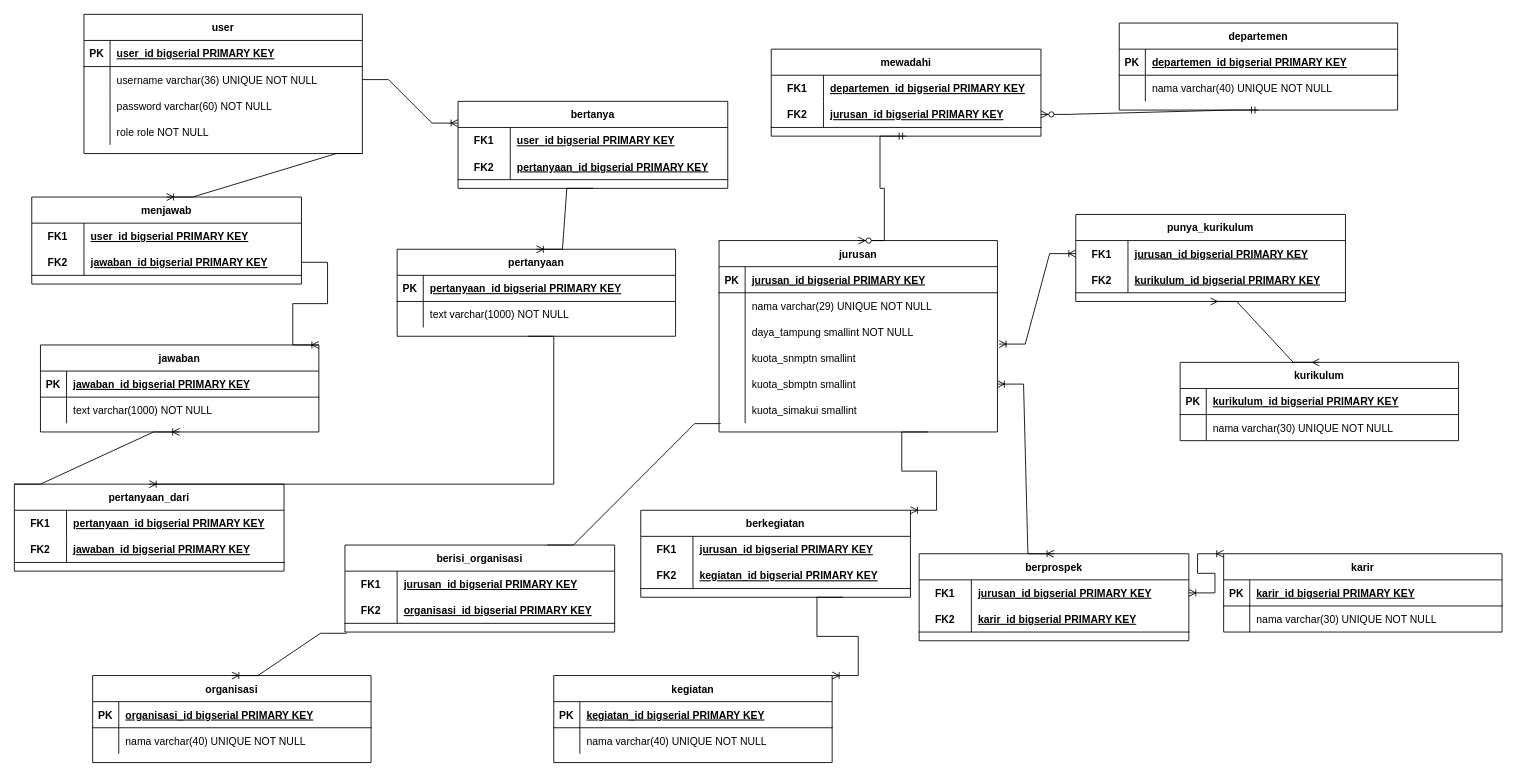
The draw.io diagram images/Database Schema.drawio in Gopalatius/KLENIK-Kepoin-Fakultas-Teknik-Universitas-Indonesia, before the edit. Source tidied: cells renumbered, new cells numbered last; positions are measured from the earlier drawing's top-left corner, leaving out a move shared by most shapes. Both pictures are drawn from the tidied source at 87%, with x=0, y=0 at pixel (14, 14).
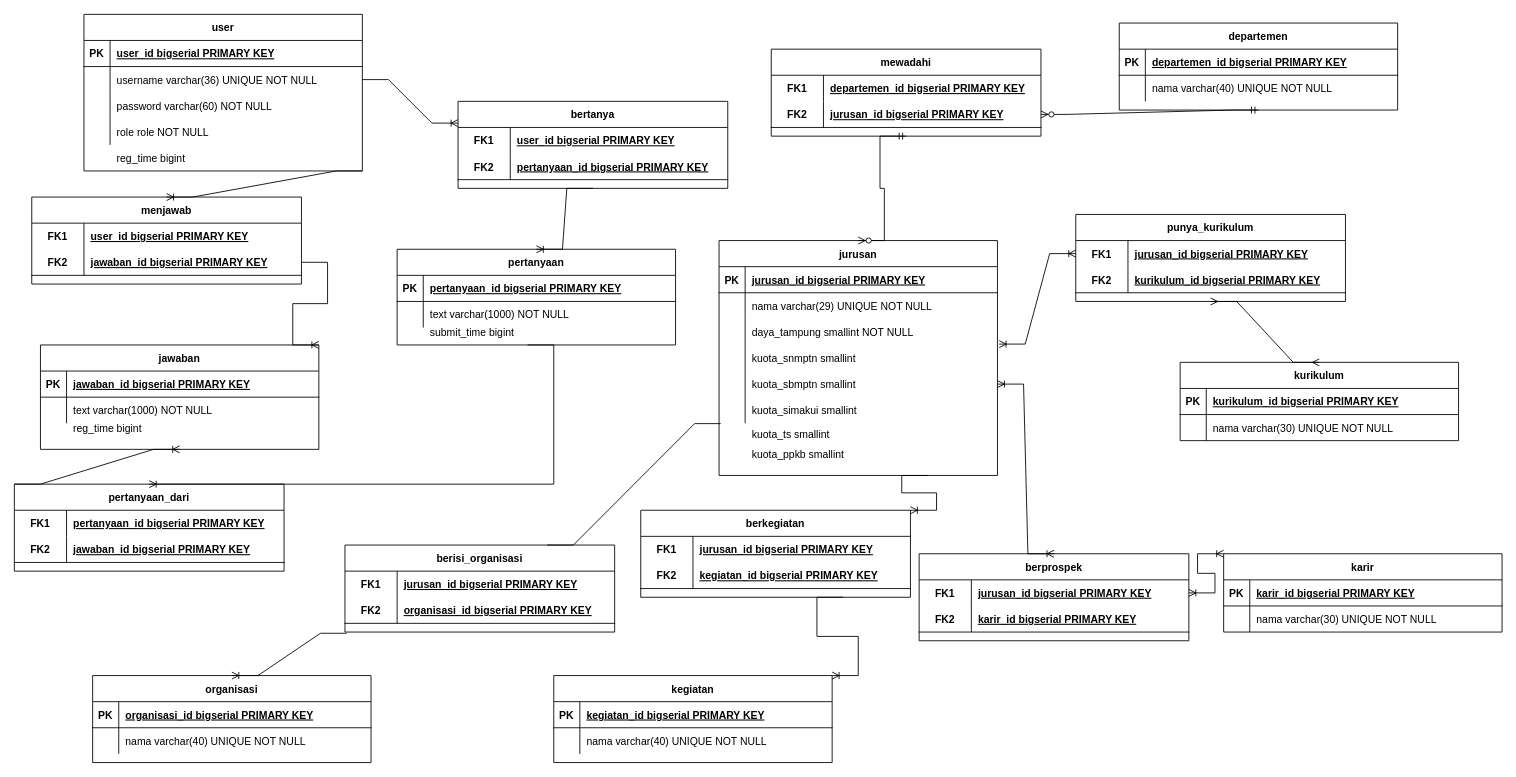
The same page after the edit.

The change refers to these unchanged cells:
```xml
<mxCell id="119" value="pertanyaan_dari" style="shape=table;startSize=30;childLayout=tableLayout;rowLines=0;fontStyle=1;align=center;" parent="1" vertex="1">
  <mxGeometry y="540" width="310" height="100" as="geometry" />
</mxCell>
```

Change to the diagram source:
```diff
@@
     <mxCell id="2" value="user" style="shape=table;startSize=30;childLayout=tableLayout;rowLines=0;fontStyle=1;align=center;" parent="1" vertex="1">
-      <mxGeometry x="80" width="320" height="160" as="geometry" />
+      <mxGeometry x="80" width="320" height="180" as="geometry" />
     </mxCell>
@@
     <mxCell id="15" value="jurusan" style="shape=table;startSize=30;childLayout=tableLayout;rowLines=0;fontStyle=1;align=center;" parent="1" vertex="1">
-      <mxGeometry x="810" y="260" width="320" height="220" as="geometry" />
+      <mxGeometry x="810" y="260" width="320" height="270" as="geometry" />
     </mxCell>
@@
     <mxCell id="69" value="pertanyaan" style="shape=table;startSize=30;childLayout=tableLayout;rowLines=0;fontStyle=1;align=center;" parent="1" vertex="1">
-      <mxGeometry x="440" y="270" width="320" height="100" as="geometry" />
+      <mxGeometry x="440" y="270" width="320" height="110" as="geometry" />
     </mxCell>
@@
     <mxCell id="76" value="jawaban" style="shape=table;startSize=30;childLayout=tableLayout;rowLines=0;fontStyle=1;align=center;" parent="1" vertex="1">
-      <mxGeometry x="30" y="380" width="320" height="100" as="geometry" />
+      <mxGeometry x="30" y="380" width="320" height="120" as="geometry" />
     </mxCell>
@@
     <mxCell id="126" style="edgeStyle=entityRelationEdgeStyle;fontSize=12;html=1;endArrow=ERoneToMany;rounded=0;entryX=0.5;entryY=0;entryDx=0;entryDy=0;" parent="1" edge="1" target="119">
       <mxGeometry relative="1" as="geometry">
-        <mxPoint x="590" y="370" as="sourcePoint" />
+        <mxPoint x="590" y="380" as="sourcePoint" />
       </mxGeometry>
     </mxCell>
@@
+    <mxCell id="155" value="kuota_ts smallint" style="shape=partialRectangle;fillColor=none;top=0;left=0;bottom=0;right=0;align=left;spacingLeft=6;overflow=hidden;" parent="1" vertex="1">
+      <mxGeometry x="840" y="468" width="290" height="30" as="geometry" />
+    </mxCell>
+    <mxCell id="156" value="kuota_ppkb smallint" style="shape=partialRectangle;fillColor=none;top=0;left=0;bottom=0;right=0;align=left;spacingLeft=6;overflow=hidden;" parent="1" vertex="1">
+      <mxGeometry x="840" y="490" width="290" height="30" as="geometry" />
+    </mxCell>
+    <mxCell id="157" value="reg_time bigint" style="shape=partialRectangle;fillColor=none;top=0;left=0;bottom=0;right=0;align=left;spacingLeft=6;overflow=hidden;" parent="1" vertex="1">
+      <mxGeometry x="110" y="150" width="290" height="30" as="geometry" />
+    </mxCell>
+    <mxCell id="158" value="reg_time bigint" style="shape=partialRectangle;fillColor=none;top=0;left=0;bottom=0;right=0;align=left;spacingLeft=6;overflow=hidden;" parent="1" vertex="1">
+      <mxGeometry x="60" y="460" width="290" height="30" as="geometry" />
+    </mxCell>
+    <mxCell id="159" value="submit_time bigint" style="shape=partialRectangle;fillColor=none;top=0;left=0;bottom=0;right=0;align=left;spacingLeft=6;overflow=hidden;" parent="1" vertex="1">
+      <mxGeometry x="470" y="350" width="290" height="30" as="geometry" />
+    </mxCell>
```
